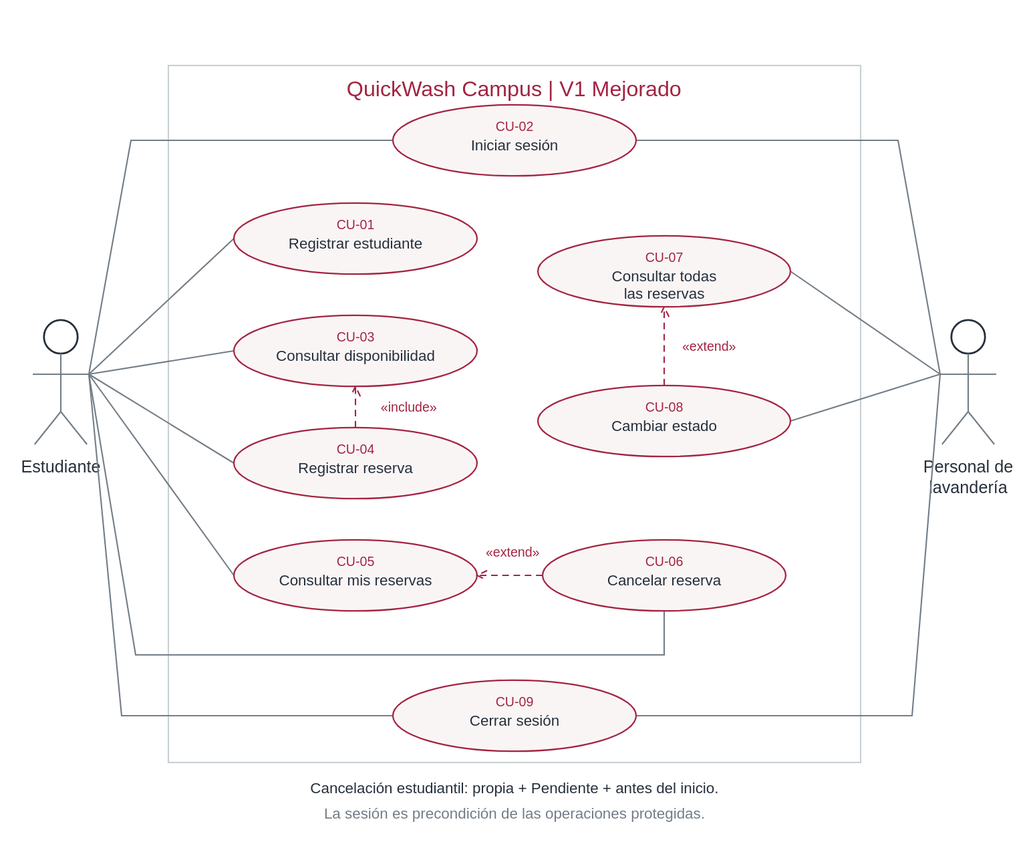
The PlantUML diagram entregables/diagrama-casos-de-uso.svg in JosuePadillaUnivalle/QuickWash-Mejorado, before a commit. Its source is kept beside it as entregables/diagrama-casos-de-uso.puml. Its diagram source:
```plantuml
@startuml
left to right direction
skinparam backgroundColor white
skinparam shadowing false
skinparam usecaseBorderColor #A42643
skinparam usecaseBackgroundColor #FCF5F7
actor Estudiante as E
actor "Personal de lavandería" as P
rectangle "QuickWash Campus · V1 Mejorado" {
usecase "CU-01\nRegistrar estudiante" as U1
usecase "CU-02\nIniciar sesión" as U2
usecase "CU-03\nConsultar disponibilidad" as U3
usecase "CU-04\nRegistrar reserva" as U4
usecase "CU-05\nConsultar mis reservas" as U5
usecase "CU-06\nCancelar reserva" as U6
usecase "CU-07\nConsultar todas las reservas" as U7
usecase "CU-08\nCambiar estado" as U8
usecase "CU-09\nCerrar sesión" as U9
}
E -- U1
E -- U2
E -- U3
E -- U4
E -- U5
E -- U6
E -- U9
P -- U2
P -- U7
P -- U8
P -- U9
U4 ..> U3 : <<include>>
U6 ..> U5 : <<extend>>
U8 ..> U7 : <<extend>>
note bottom of U6
Propia, Pendiente y antes del inicio.
end note
@enduml
```
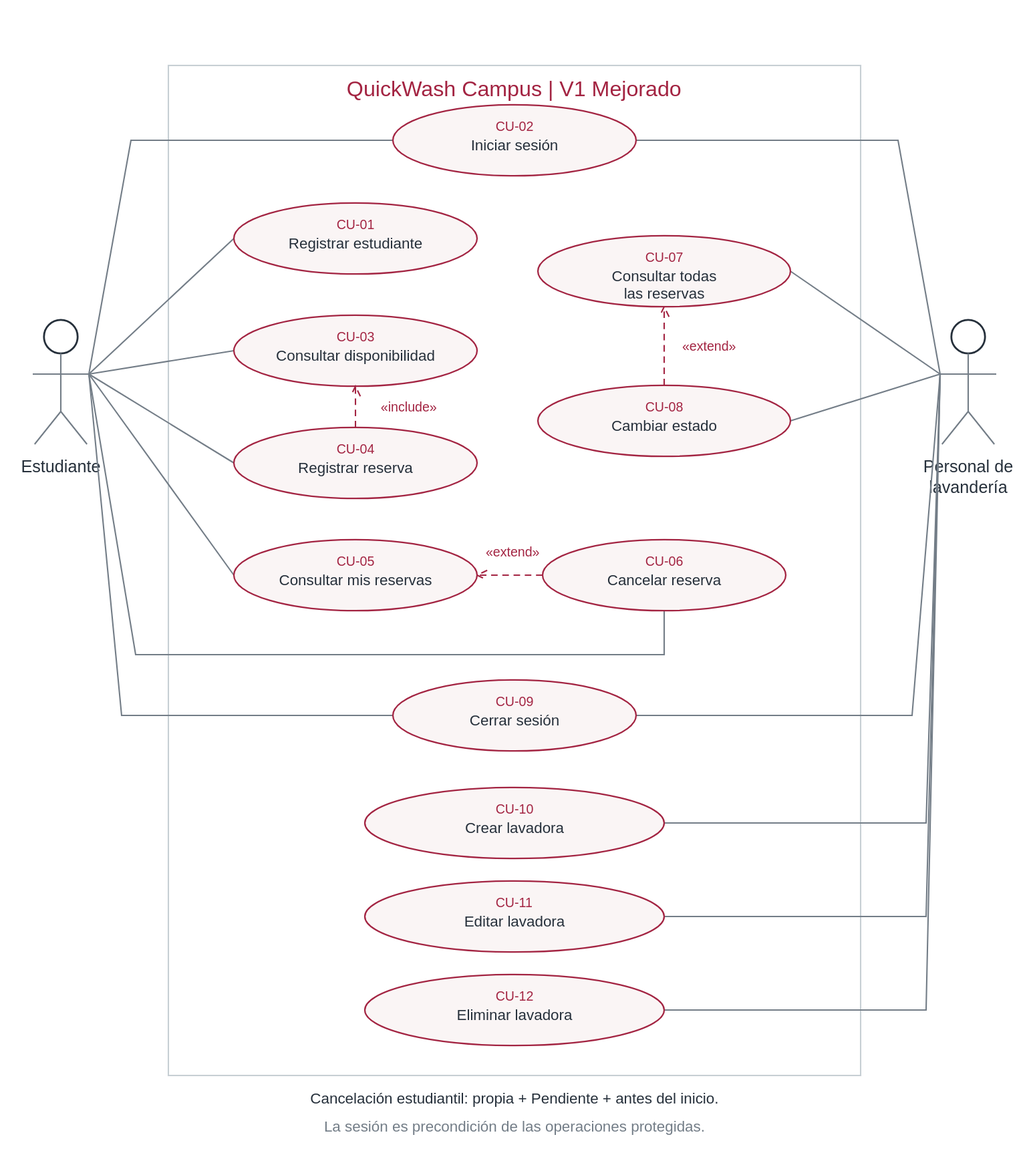
After the change.

What changed in the source:
```diff
@@ -16,6 +16,9 @@
 usecase "CU-07\nConsultar todas las reservas" as U7
 usecase "CU-08\nCambiar estado" as U8
 usecase "CU-09\nCerrar sesión" as U9
+usecase "CU-10\nCrear lavadora" as U10
+usecase "CU-11\nEditar lavadora" as U11
+usecase "CU-12\nEliminar lavadora" as U12
 }
 E -- U1
 E -- U2
@@ -28,6 +31,9 @@
 P -- U7
 P -- U8
 P -- U9
+P -- U10
+P -- U11
+P -- U12
 U4 ..> U3 : <<include>>
 U6 ..> U5 : <<extend>>
 U8 ..> U7 : <<extend>>
```
